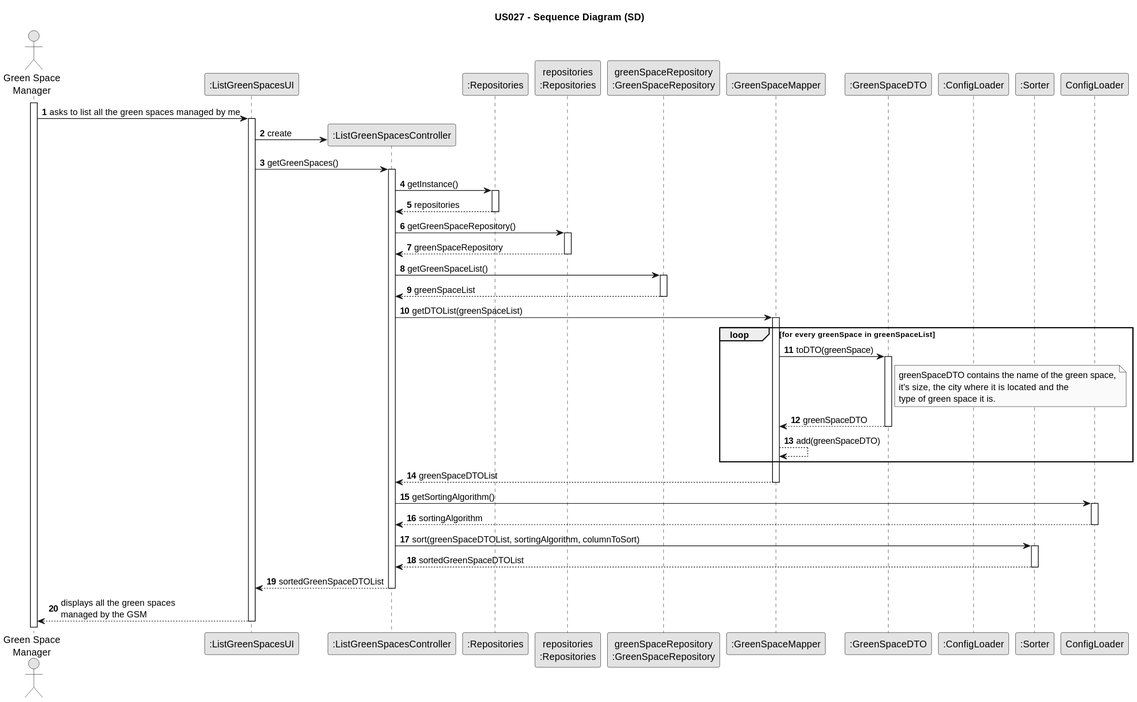
Earlier version of the PlantUML export docs/sprintC/us027/03.design/svg/us027-sequence-diagram.svg (Rui-San/LAPR2_2023_2024). Its diagram source:
```plantuml
@startuml
skinparam monochrome true
skinparam packageStyle rectangle
skinparam shadowing false

title US027 - Sequence Diagram (SD)

autonumber

actor "Green Space\nManager" as GSM
participant ":ListGreenSpacesUI" as UI
participant ":ListGreenSpacesController" as CTRL
participant ":Repositories" as REPO
participant "repositories\n:Repositories" as REPOInstance
participant "greenSpaceRepository\n:GreenSpaceRepository" as GSRepo
participant ":GreenSpaceMapper" as GSMapper
participant ":GreenSpaceDTO" as GSDto
participant ":ConfigLoader" as Config
participant ":Sorter" as Sorter


activate GSM

    GSM -> UI : asks to list all the green spaces managed by me
    activate UI

        UI -> CTRL** : create
        UI -> CTRL : getGreenSpaces()
        activate CTRL

            CTRL -> REPO : getInstance()
            activate REPO

                REPO --> CTRL : repositories
            deactivate REPO

            CTRL -> REPOInstance : getGreenSpaceRepository()
            activate REPOInstance

                REPOInstance --> CTRL : greenSpaceRepository
            deactivate REPOInstance

            CTRL -> GSRepo : getGreenSpaceList()
            activate GSRepo

                GSRepo --> CTRL : greenSpaceList
            deactivate GSRepo

            CTRL -> GSMapper : getDTOList(greenSpaceList)
            activate GSMapper

                loop for every greenSpace in greenSpaceList
                    GSMapper -> GSDto : toDTO(greenSpace)
                    activate GSDto
                        note right of GSDto
                            greenSpaceDTO contains the name of the green space,
                            it's size, the city where it is located and the
                            type of green space it is.
                        end note
                        GSDto --> GSMapper : greenSpaceDTO
                    deactivate GSDto
                    GSMapper --> GSMapper : add(greenSpaceDTO)
                end loop

                GSMapper --> CTRL : greenSpaceDTOList
            deactivate GSMapper

            CTRL -> ConfigLoader : getSortingAlgorithm()
            activate ConfigLoader

                ConfigLoader --> CTRL : sortingAlgorithm
            deactivate ConfigLoader

            CTRL -> Sorter : sort(greenSpaceDTOList, sortingAlgorithm, columnToSort)
            activate Sorter

                Sorter --> CTRL : sortedGreenSpaceDTOList
            deactivate Sorter

            CTRL --> UI : sortedGreenSpaceDTOList
        deactivate CTRL

        UI --> GSM : displays all the green spaces\nmanaged by the GSM
    deactivate UI
@enduml
```
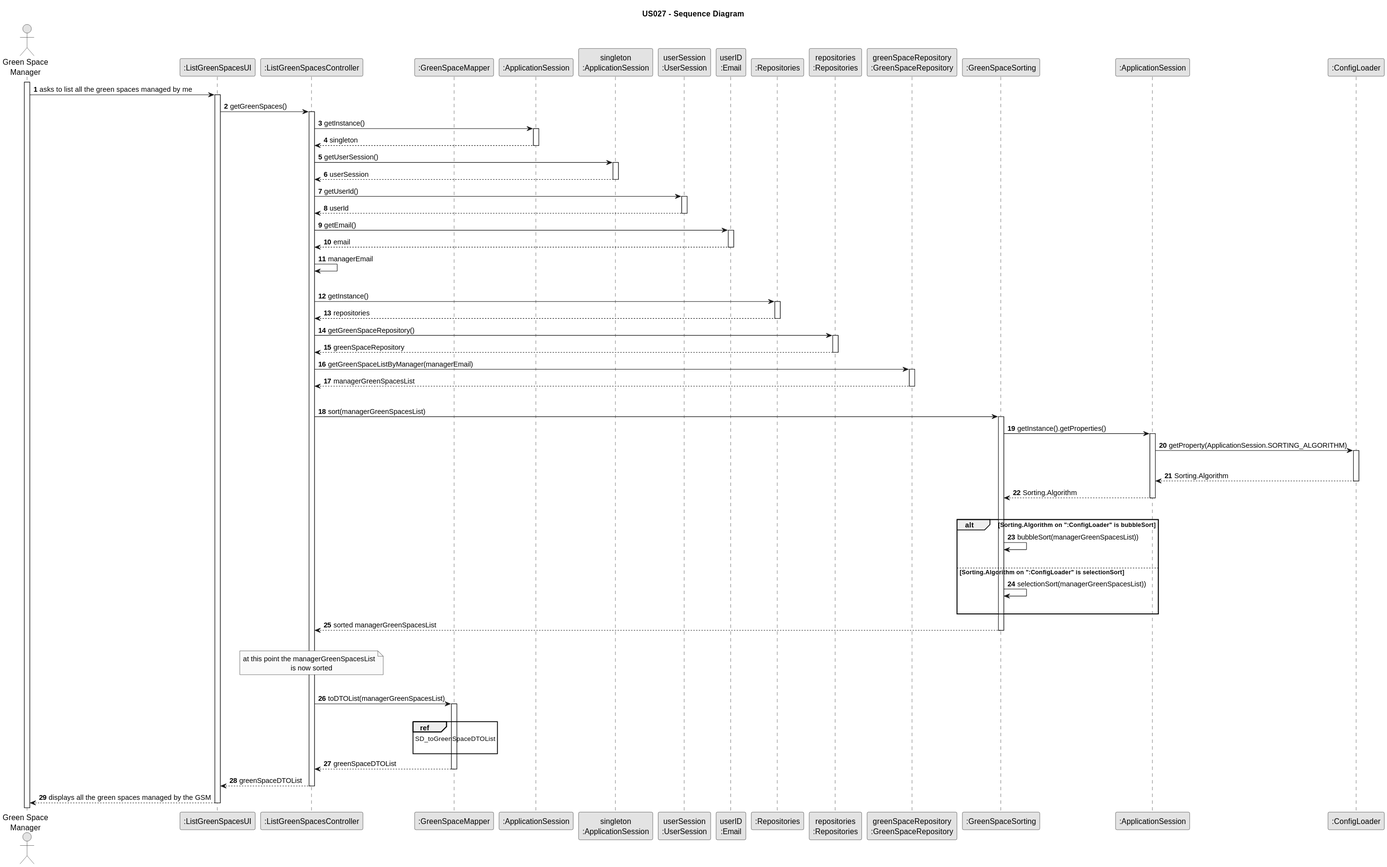
The same file after the commit.

Commit message:
US27: Update on Sequence Diagram

Diff of the diagram source:
```diff
@@ -3,20 +3,29 @@
 skinparam packageStyle rectangle
 skinparam shadowing false
 
-title US027 - Sequence Diagram (SD)
+title US027 - Sequence Diagram
 
 autonumber
 
 actor "Green Space\nManager" as GSM
 participant ":ListGreenSpacesUI" as UI
 participant ":ListGreenSpacesController" as CTRL
+
+participant ":GreenSpaceMapper" as GSMapper
+
+participant ":ApplicationSession" as APP
+participant "singleton\n:ApplicationSession" as APPSingleton
+participant "userSession\n:UserSession" as UserSession
+participant "userID\n:Email" as Email
+
+
 participant ":Repositories" as REPO
 participant "repositories\n:Repositories" as REPOInstance
 participant "greenSpaceRepository\n:GreenSpaceRepository" as GSRepo
-participant ":GreenSpaceMapper" as GSMapper
-participant ":GreenSpaceDTO" as GSDto
+
+participant ":GreenSpaceSorting" as GreenSpaceSorting
+participant ":ApplicationSession" as ApplicationSession
 participant ":ConfigLoader" as Config
-participant ":Sorter" as Sorter
 
 
 activate GSM
@@ -24,9 +33,41 @@
     GSM -> UI : asks to list all the green spaces managed by me
     activate UI
 
-        UI -> CTRL** : create
+
         UI -> CTRL : getGreenSpaces()
         activate CTRL
+
+        CTRL -> APP : getInstance()
+            activate APP
+
+                APP --> CTRL : singleton
+            deactivate APP
+
+            CTRL -> APPSingleton : getUserSession()
+            activate APPSingleton
+
+                APPSingleton --> CTRL : userSession
+            deactivate APPSingleton
+
+            CTRL -> UserSession : getUserId()
+            activate UserSession
+
+                UserSession --> CTRL : userId
+            deactivate UserSession
+
+            CTRL -> Email : getEmail()
+            activate Email
+
+                Email --> CTRL : email
+            deactivate Email
+
+            CTRL -> CTRL : managerEmail
+            |||
+
+
+
+
+
 
             CTRL -> REPO : getInstance()
             activate REPO
@@ -40,46 +81,72 @@
                 REPOInstance --> CTRL : greenSpaceRepository
             deactivate REPOInstance
 
-            CTRL -> GSRepo : getGreenSpaceList()
+            CTRL -> GSRepo : getGreenSpaceListByManager(managerEmail)
             activate GSRepo
 
-                GSRepo --> CTRL : greenSpaceList
+                GSRepo --> CTRL : managerGreenSpacesList
             deactivate GSRepo
 
-            CTRL -> GSMapper : getDTOList(greenSpaceList)
+            |||
+
+            CTRL -> GreenSpaceSorting : sort(managerGreenSpacesList)
+            activate GreenSpaceSorting
+
+            GreenSpaceSorting -> ApplicationSession : getInstance().getProperties()
+            activate ApplicationSession
+
+            ApplicationSession -> Config : getProperty(ApplicationSession.SORTING_ALGORITHM)
+            activate Config
+            |||
+            Config --> ApplicationSession : Sorting.Algorithm
+            deactivate Config
+
+            ApplicationSession --> GreenSpaceSorting : Sorting.Algorithm
+            deactivate ApplicationSession
+            |||
+            alt Sorting.Algorithm on ":ConfigLoader" is bubbleSort
+
+            GreenSpaceSorting -> GreenSpaceSorting : bubbleSort(managerGreenSpacesList))
+            |||
+            else Sorting.Algorithm on ":ConfigLoader" is selectionSort
+
+            GreenSpaceSorting -> GreenSpaceSorting : selectionSort(managerGreenSpacesList))
+            |||
+            end
+
+
+            GreenSpaceSorting --> CTRL : sorted managerGreenSpacesList
+
+            deactivate GreenSpaceSorting
+            |||
+            note over CTRL
+            at this point the managerGreenSpacesList
+                                  is now sorted
+            end note
+
+
+            |||
+
+
+
+
+            CTRL -> GSMapper : toDTOList(managerGreenSpacesList)
+            |||
             activate GSMapper
+            ref over GSMapper
+                        SD_toGreenSpaceDTOList
 
-                loop for every greenSpace in greenSpaceList
-                    GSMapper -> GSDto : toDTO(greenSpace)
-                    activate GSDto
-                        note right of GSDto
-                            greenSpaceDTO contains the name of the green space,
-                            it's size, the city where it is located and the
-                            type of green space it is.
-                        end note
-                        GSDto --> GSMapper : greenSpaceDTO
-                    deactivate GSDto
-                    GSMapper --> GSMapper : add(greenSpaceDTO)
-                end loop
+                        end ref
+
+
 
                 GSMapper --> CTRL : greenSpaceDTOList
             deactivate GSMapper
 
-            CTRL -> ConfigLoader : getSortingAlgorithm()
-            activate ConfigLoader
+            CTRL --> UI: greenSpaceDTOList
+            deactivate CTRL
 
-                ConfigLoader --> CTRL : sortingAlgorithm
-            deactivate ConfigLoader
+            UI --> GSM : displays all the green spaces managed by the GSM
 
-            CTRL -> Sorter : sort(greenSpaceDTOList, sortingAlgorithm, columnToSort)
-            activate Sorter
-
-                Sorter --> CTRL : sortedGreenSpaceDTOList
-            deactivate Sorter
-
-            CTRL --> UI : sortedGreenSpaceDTOList
-        deactivate CTRL
-
-        UI --> GSM : displays all the green spaces\nmanaged by the GSM
-    deactivate UI
+             deactivate UI
 @enduml
```
